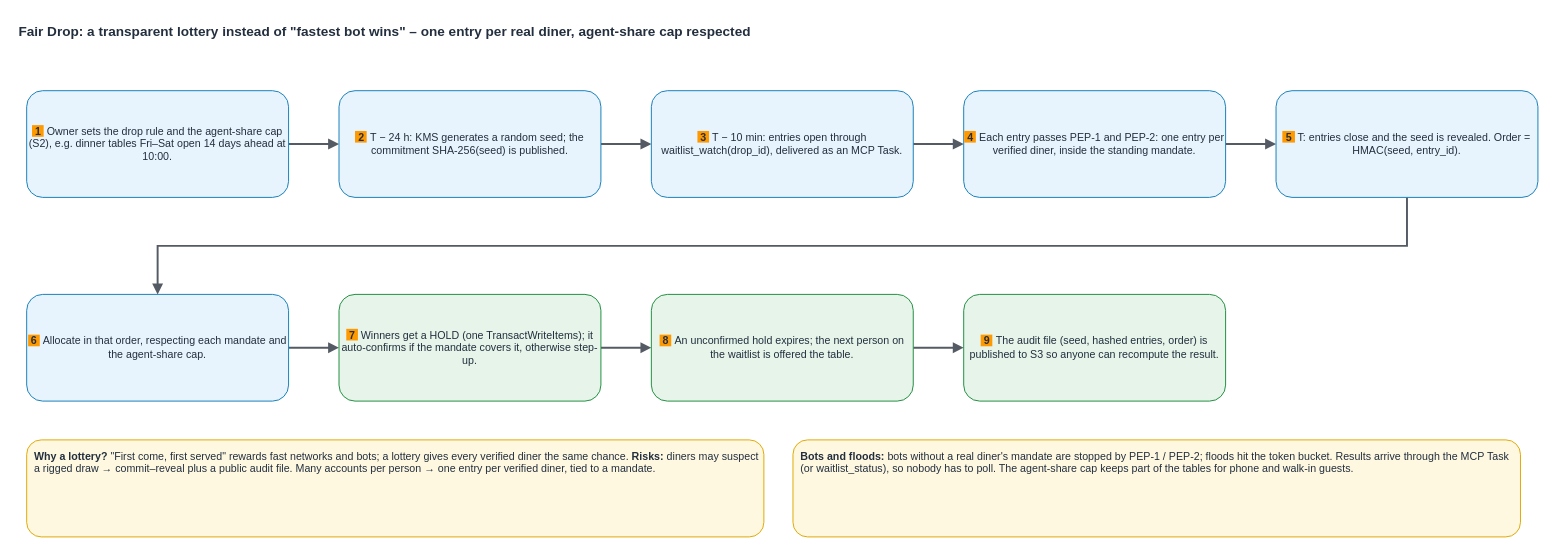
The draw.io diagram page "2. Fair Drop (verifiable lottery)" (2 of 4) of docs/fairtable-flows (1).drawio in thphuc06/FairTable, before the edit. Source tidied: cells renumbered, new cells numbered last; positions are measured from the earlier drawing's top-left corner, leaving out a move shared by most shapes. Both pictures are drawn from the tidied source at 97%, with x=0, y=0 at pixel (16, 16).
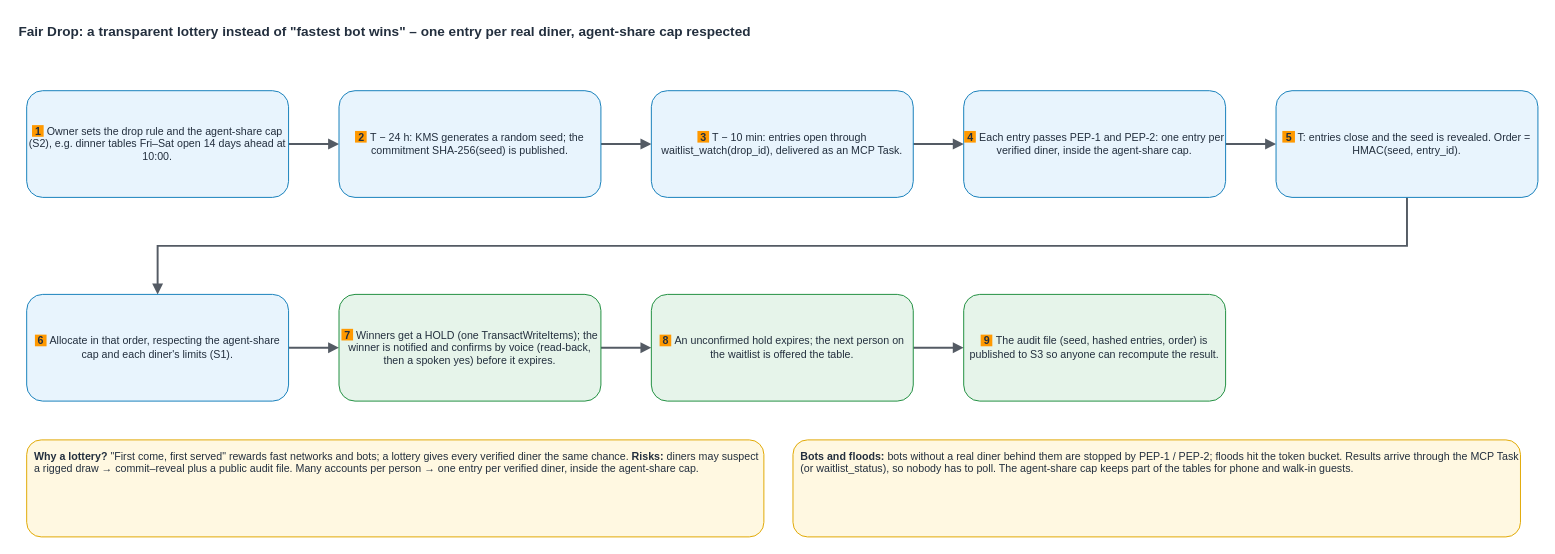
The same page after the edit.

What changed in the source:
```diff
@@
-    <mxCell id="14" value="&lt;span style=&quot;background-color:#FF9900;color:#232F3E;&quot;&gt;&lt;b&gt;&amp;nbsp;4&amp;nbsp;&lt;/b&gt;&lt;/span&gt;&amp;nbsp;Each entry passes PEP-1 and PEP-2: one entry per verified diner, inside the standing mandate." style="rounded=1;whiteSpace=wrap;html=1;fillColor=#E8F4FD;strokeColor=#147EBA;fontSize=11;fontColor=#232F3E;" parent="1" vertex="1">
+    <mxCell id="14" value="&lt;span style=&quot;background-color:#FF9900;color:#232F3E;&quot;&gt;&lt;b&gt;&amp;nbsp;4&amp;nbsp;&lt;/b&gt;&lt;/span&gt;&amp;nbsp;Each entry passes PEP-1 and PEP-2: one entry per verified diner, inside the agent-share cap." style="rounded=1;whiteSpace=wrap;html=1;fillColor=#E8F4FD;strokeColor=#147EBA;fontSize=11;fontColor=#232F3E;" parent="1" vertex="1">
       <mxGeometry x="976" y="76" width="270" height="110" as="geometry" />
     </mxCell>
@@
-    <mxCell id="16" value="&lt;span style=&quot;background-color:#FF9900;color:#232F3E;&quot;&gt;&lt;b&gt;&amp;nbsp;6&amp;nbsp;&lt;/b&gt;&lt;/span&gt;&amp;nbsp;Allocate in that order, respecting each mandate and the agent-share cap." style="rounded=1;whiteSpace=wrap;html=1;fillColor=#E8F4FD;strokeColor=#147EBA;fontSize=11;fontColor=#232F3E;" parent="1" vertex="1">
+    <mxCell id="16" value="&lt;span style=&quot;background-color:#FF9900;color:#232F3E;&quot;&gt;&lt;b&gt;&amp;nbsp;6&amp;nbsp;&lt;/b&gt;&lt;/span&gt;&amp;nbsp;Allocate in that order, respecting the agent-share cap and each diner's limits (S1)." style="rounded=1;whiteSpace=wrap;html=1;fillColor=#E8F4FD;strokeColor=#147EBA;fontSize=11;fontColor=#232F3E;" parent="1" vertex="1">
       <mxGeometry x="10" y="286" width="270" height="110" as="geometry" />
     </mxCell>
-    <mxCell id="17" value="&lt;span style=&quot;background-color:#FF9900;color:#232F3E;&quot;&gt;&lt;b&gt;&amp;nbsp;7&amp;nbsp;&lt;/b&gt;&lt;/span&gt;&amp;nbsp;Winners get a HOLD (one TransactWriteItems); it auto-confirms if the mandate covers it, otherwise step-up." style="rounded=1;whiteSpace=wrap;html=1;fillColor=#E6F4EA;strokeColor=#1E8E3E;fontSize=11;fontColor=#232F3E;" parent="1" vertex="1">
+    <mxCell id="17" value="&lt;span style=&quot;background-color:#FF9900;color:#232F3E;&quot;&gt;&lt;b&gt;&amp;nbsp;7&amp;nbsp;&lt;/b&gt;&lt;/span&gt;&amp;nbsp;Winners get a HOLD (one TransactWriteItems); the winner is notified and confirms by voice (read-back, then a spoken yes) before it expires." style="rounded=1;whiteSpace=wrap;html=1;fillColor=#E6F4EA;strokeColor=#1E8E3E;fontSize=11;fontColor=#232F3E;" parent="1" vertex="1">
       <mxGeometry x="332" y="286" width="270" height="110" as="geometry" />
     </mxCell>
@@
-    <mxCell id="20" value="&lt;b&gt;Why a lottery?&lt;/b&gt; &quot;First come, first served&quot; rewards fast networks and bots; a lottery gives every verified diner the same chance. &lt;b&gt;Risks:&lt;/b&gt; diners may suspect a rigged draw → commit–reveal plus a public audit file. Many accounts per person → one entry per verified diner, tied to a mandate." style="rounded=1;whiteSpace=wrap;html=1;fillColor=#FFF8E1;strokeColor=#E0A800;fontSize=11;fontColor=#232F3E;align=left;verticalAlign=top;spacingLeft=6;spacingTop=4;" parent="1" vertex="1">
+    <mxCell id="20" value="&lt;b&gt;Why a lottery?&lt;/b&gt; &quot;First come, first served&quot; rewards fast networks and bots; a lottery gives every verified diner the same chance. &lt;b&gt;Risks:&lt;/b&gt; diners may suspect a rigged draw → commit–reveal plus a public audit file. Many accounts per person → one entry per verified diner, inside the agent-share cap." style="rounded=1;whiteSpace=wrap;html=1;fillColor=#FFF8E1;strokeColor=#E0A800;fontSize=11;fontColor=#232F3E;align=left;verticalAlign=top;spacingLeft=6;spacingTop=4;" parent="1" vertex="1">
       <mxGeometry x="10" y="436" width="760" height="100" as="geometry" />
     </mxCell>
-    <mxCell id="21" value="&lt;b&gt;Bots and floods:&lt;/b&gt; bots without a real diner's mandate are stopped by PEP-1 / PEP-2; floods hit the token bucket. Results arrive through the MCP Task (or waitlist_status), so nobody has to poll. The agent-share cap keeps part of the tables for phone and walk-in guests." style="rounded=1;whiteSpace=wrap;html=1;fillColor=#FFF8E1;strokeColor=#E0A800;fontSize=11;fontColor=#232F3E;align=left;verticalAlign=top;spacingLeft=6;spacingTop=4;" parent="1" vertex="1">
+    <mxCell id="21" value="&lt;b&gt;Bots and floods:&lt;/b&gt; bots without a real diner behind them are stopped by PEP-1 / PEP-2; floods hit the token bucket. Results arrive through the MCP Task (or waitlist_status), so nobody has to poll. The agent-share cap keeps part of the tables for phone and walk-in guests." style="rounded=1;whiteSpace=wrap;html=1;fillColor=#FFF8E1;strokeColor=#E0A800;fontSize=11;fontColor=#232F3E;align=left;verticalAlign=top;spacingLeft=6;spacingTop=4;" parent="1" vertex="1">
       <mxGeometry x="800" y="436" width="750" height="100" as="geometry" />
     </mxCell>
```
